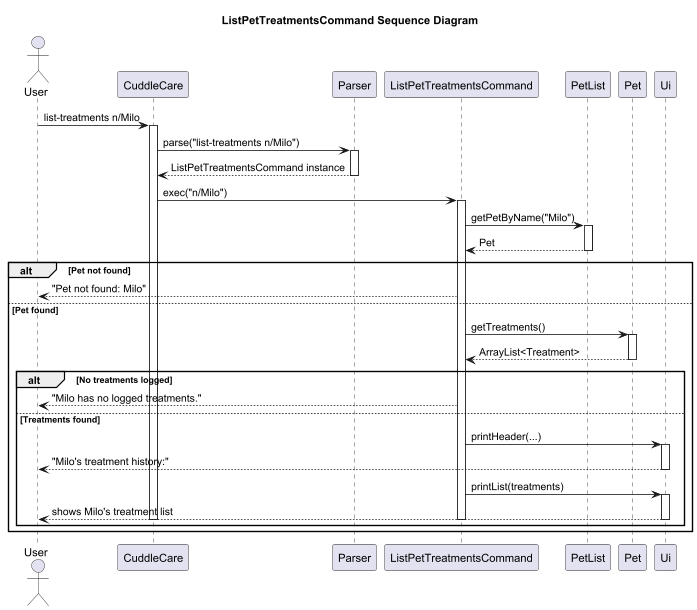
This is docs/diagrams/ListPetTreatmentsCommand_Sequence_Diagram.png from Kevin88866/tp, a PlantUML export, as it was before one commit. Source of this version:
```plantuml
@startuml
title ListPetTreatmentsCommand Sequence Diagram

actor User
participant "CuddleCare" as CuddleCare
participant "Parser" as Parser
participant "ListPetTreatmentsCommand" as Command
participant "PetList" as PetList
participant "Pet" as Pet
participant "Ui" as Ui


User -> CuddleCare: list-treatments n/Milo
activate CuddleCare

CuddleCare -> Parser: parse("list-treatments n/Milo")
activate Parser
Parser --> CuddleCare: ListPetTreatmentsCommand instance
deactivate Parser

CuddleCare -> Command: exec("n/Milo")
activate Command


Command -> PetList: getPetByName("Milo")
activate PetList
PetList --> Command: Pet
deactivate PetList

alt Pet not found
    Command --> User: "Pet not found: Milo"

else Pet found
    Command -> Pet: getTreatments()
    activate Pet
    Pet --> Command: ArrayList<Treatment>
    deactivate Pet

    alt No treatments logged
        Command --> User: "Milo has no logged treatments."

    else Treatments found
        Command -> Ui: printHeader(...)
        activate Ui
        Ui --> User: "Milo's treatment history:"
        deactivate Ui
        Command -> Ui: printList(treatments)
        activate Ui
        Ui --> User: shows Milo's treatment list
        deactivate Ui
        deactivate Command
        deactivate CuddleCare
    end
end
@enduml
```
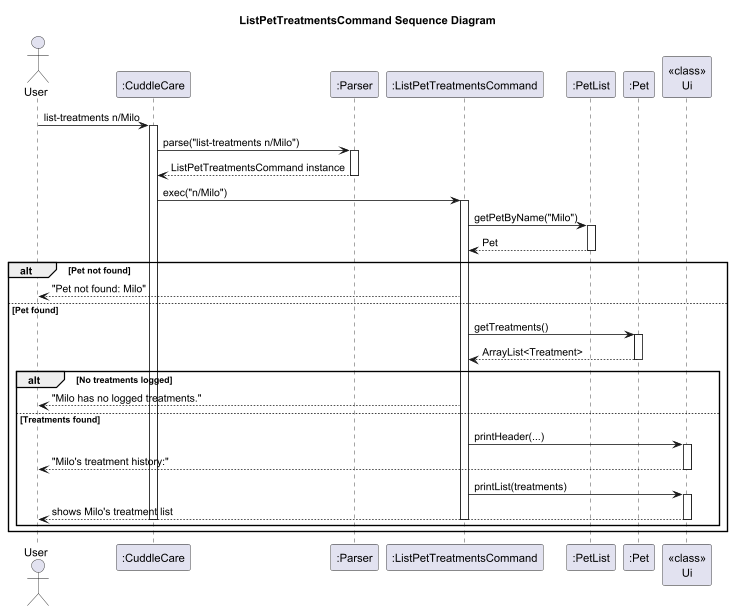
Later version of the same file.

Commit message:
Update sequence diagram for ListPetTreatments

The edit, as a diff of the source:
```diff
@@ -2,12 +2,12 @@
 title ListPetTreatmentsCommand Sequence Diagram
 
 actor User
-participant "CuddleCare" as CuddleCare
-participant "Parser" as Parser
-participant "ListPetTreatmentsCommand" as Command
-participant "PetList" as PetList
-participant "Pet" as Pet
-participant "Ui" as Ui
+participant ":CuddleCare" as CuddleCare
+participant ":Parser" as Parser
+participant ":ListPetTreatmentsCommand" as Command
+participant ":PetList" as PetList
+participant ":Pet" as Pet
+participant "<<class>>\nUi" as Ui
 
 
 User -> CuddleCare: list-treatments n/Milo
```
